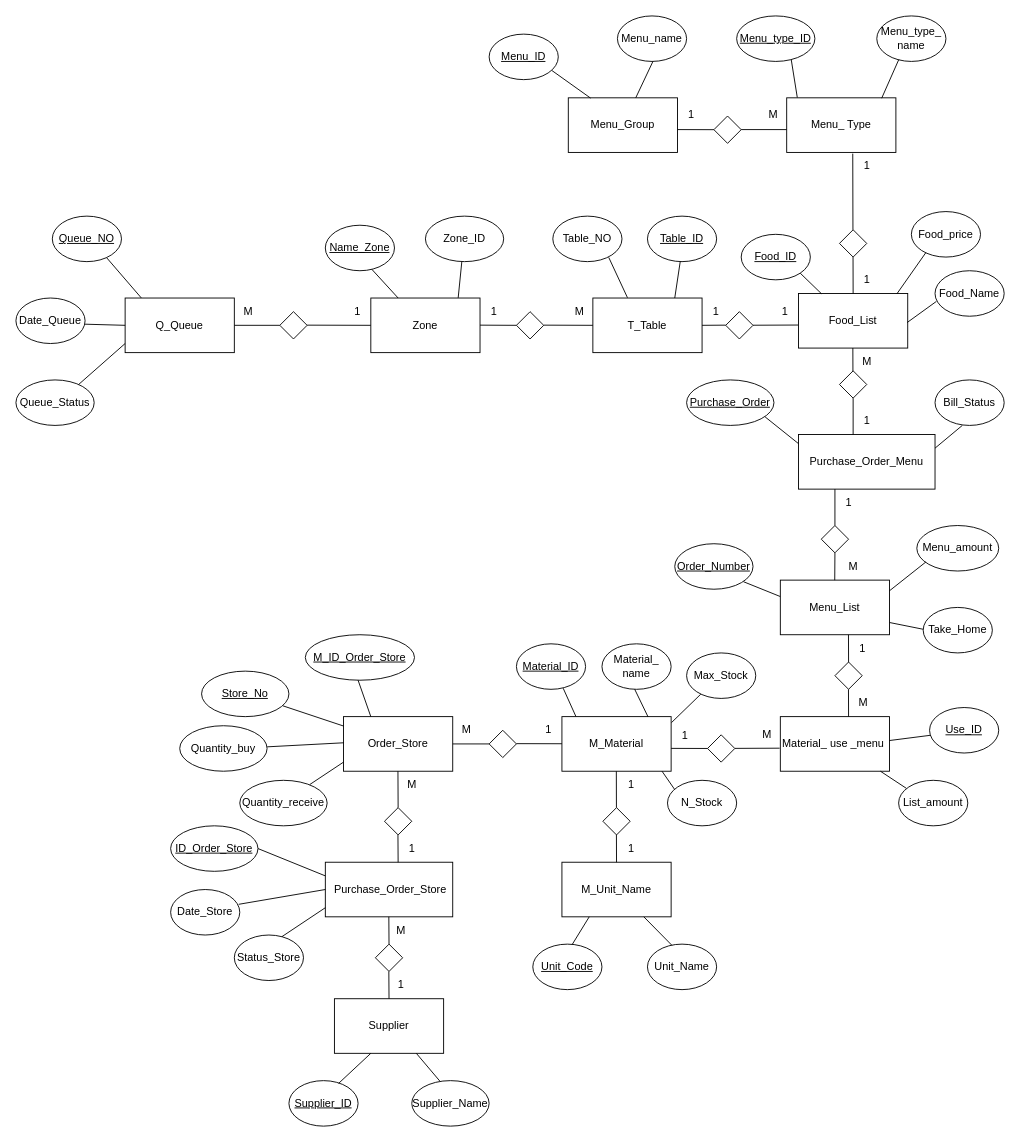
banthitamakjeen/git-workshop keeps this draw.io diagram as ทดสอบ.drawio. Above is the earlier version. Source tidied: cells renumbered, new cells numbered last; positions are measured from the earlier drawing's top-left corner, leaving out a move shared by most shapes. Both pictures are drawn from the tidied source at 91%, with x=0, y=0 at pixel (15, 15).
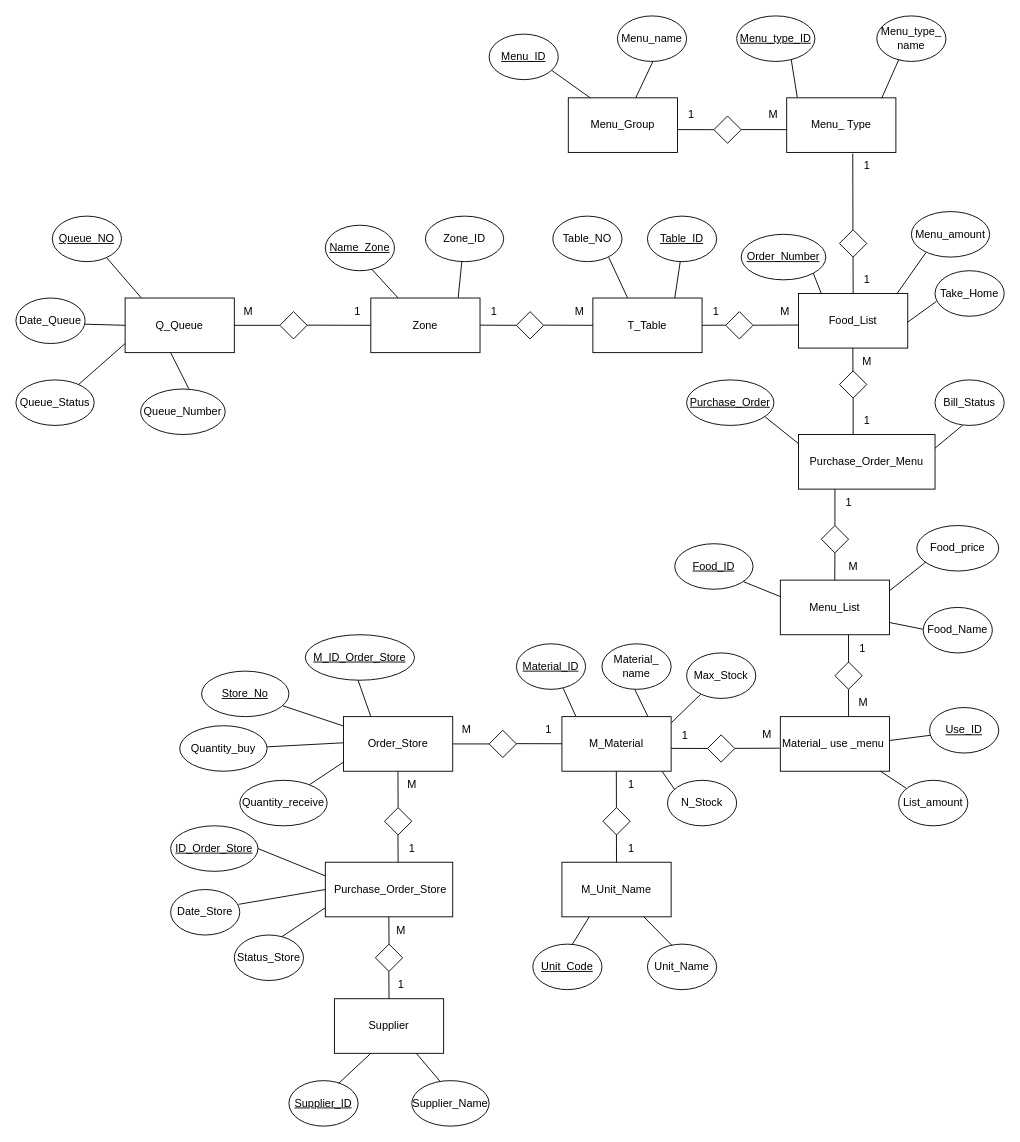
Above is the later version.

Change to the diagram source:
```diff
@@
-    <mxCell id="67" value="&lt;u&gt;Food_ID&lt;/u&gt;" style="ellipse;whiteSpace=wrap;html=1;" parent="1" vertex="1">
-      <mxGeometry x="797" y="240" width="76" height="50" as="geometry" />
+    <mxCell id="67" value="&lt;u&gt;Order_Number&lt;/u&gt;" style="ellipse;whiteSpace=wrap;html=1;" parent="1" vertex="1">
+      <mxGeometry x="797" y="240" width="93" height="50" as="geometry" />
     </mxCell>
-    <mxCell id="68" value="Food_Name" style="ellipse;whiteSpace=wrap;html=1;" parent="1" vertex="1">
+    <mxCell id="68" value="Take_Home" style="ellipse;whiteSpace=wrap;html=1;" parent="1" vertex="1">
       <mxGeometry x="1010" y="280" width="76" height="50" as="geometry" />
     </mxCell>
-    <mxCell id="69" value="Food_price" style="ellipse;whiteSpace=wrap;html=1;" parent="1" vertex="1">
-      <mxGeometry x="984" y="215" width="76" height="50" as="geometry" />
+    <mxCell id="69" value="Menu_amount" style="ellipse;whiteSpace=wrap;html=1;" parent="1" vertex="1">
+      <mxGeometry x="984" y="215" width="86" height="50" as="geometry" />
     </mxCell>
@@
-    <mxCell id="81" value="&lt;u&gt;Order_Number&lt;/u&gt;" style="ellipse;whiteSpace=wrap;html=1;" parent="1" vertex="1">
+    <mxCell id="81" value="&lt;u&gt;Food_ID&lt;/u&gt;" style="ellipse;whiteSpace=wrap;html=1;" parent="1" vertex="1">
       <mxGeometry x="724" y="580" width="86" height="50" as="geometry" />
     </mxCell>
-    <mxCell id="82" value="Menu_amount" style="ellipse;whiteSpace=wrap;html=1;" parent="1" vertex="1">
+    <mxCell id="82" value="Food_price" style="ellipse;whiteSpace=wrap;html=1;" parent="1" vertex="1">
       <mxGeometry x="990" y="560" width="90" height="50" as="geometry" />
     </mxCell>
-    <mxCell id="83" value="Take_Home" style="ellipse;whiteSpace=wrap;html=1;" parent="1" vertex="1">
+    <mxCell id="83" value="Food_Name" style="ellipse;whiteSpace=wrap;html=1;" parent="1" vertex="1">
       <mxGeometry x="997" y="650" width="76" height="50" as="geometry" />
     </mxCell>
@@
-    <mxCell id="132" value="1" style="text;html=1;align=center;verticalAlign=middle;strokeColor=none;fillColor=none;" parent="1" vertex="1">
+    <mxCell id="132" value="M" style="text;html=1;align=center;verticalAlign=middle;strokeColor=none;fillColor=none;" parent="1" vertex="1">
       <mxGeometry x="830" y="310" width="30" height="30" as="geometry" />
     </mxCell>
@@
+    <mxCell id="153" value="Queue_Number" style="ellipse;whiteSpace=wrap;html=1;" parent="1" vertex="1">
+      <mxGeometry x="137" y="410" width="93" height="50" as="geometry" />
+    </mxCell>
+    <mxCell id="154" style="endArrow=none;html=1;rounded=0;exitX=0.569;exitY=-0.008;exitDx=0;exitDy=0;exitPerimeter=0;" parent="1" edge="1" source="153">
+      <mxGeometry relative="1" as="geometry">
+        <mxPoint x="170" y="370" as="targetPoint" />
+      </mxGeometry>
+    </mxCell>
```
